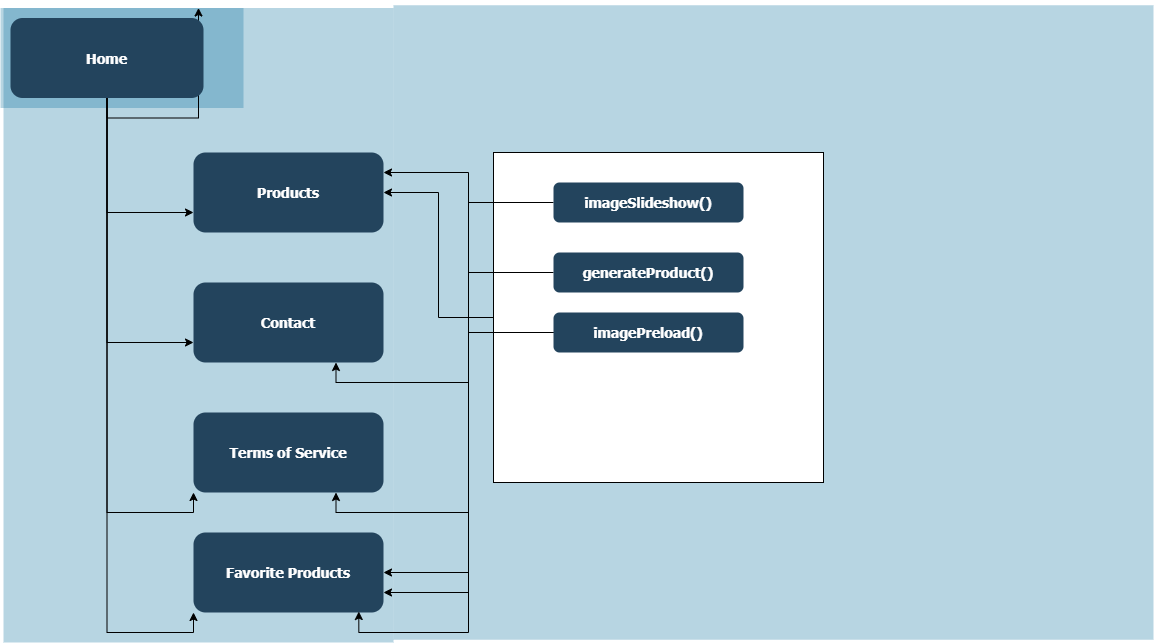
Above: images/siteMap.png in tdninja1/itis3135 (draw.io), before the change. Source tidied: cells renumbered, new cells last; positions are measured from the earlier drawing's top-left corner, leaving out a move shared by most shapes. Its diagram source:
```xml
<mxGraphModel>
  <root>
    <mxCell id="0" />
    <mxCell id="1" parent="0" />
    <mxCell id="2" style="fillColor=#10739E;strokeColor=none;opacity=30;" parent="1" vertex="1">
      <mxGeometry y="2.5" width="243" height="100" as="geometry" />
    </mxCell>
    <mxCell id="3" style="fillColor=#10739E;strokeColor=none;opacity=30;" parent="1" vertex="1">
      <mxGeometry x="3" y="2.5" width="390" height="634.5" as="geometry" />
    </mxCell>
    <mxCell id="4" value="Terms of Service" style="rounded=1;fillColor=#23445D;gradientColor=none;strokeColor=none;fontColor=#FFFFFF;fontStyle=1;fontFamily=Tahoma;fontSize=14;" parent="1" vertex="1">
      <mxGeometry x="193" y="407" width="190" height="80" as="geometry" />
    </mxCell>
    <mxCell id="5" value="Contact" style="rounded=1;fillColor=#23445D;gradientColor=none;strokeColor=none;fontColor=#FFFFFF;fontStyle=1;fontFamily=Tahoma;fontSize=14;" parent="1" vertex="1">
      <mxGeometry x="193" y="277" width="190" height="80" as="geometry" />
    </mxCell>
    <mxCell id="6" value="Products" style="rounded=1;fillColor=#23445D;gradientColor=none;strokeColor=none;fontColor=#FFFFFF;fontStyle=1;fontFamily=Tahoma;fontSize=14;" parent="1" vertex="1">
      <mxGeometry x="193" y="147" width="190" height="80" as="geometry" />
    </mxCell>
    <mxCell id="7" style="edgeStyle=orthogonalEdgeStyle;rounded=0;jettySize=auto;html=1;entryX=0;entryY=1;entryDx=0;entryDy=0;" parent="1" edge="1" source="12" target="13">
      <mxGeometry relative="1" as="geometry" />
    </mxCell>
    <mxCell id="8" style="edgeStyle=orthogonalEdgeStyle;rounded=0;jettySize=auto;html=1;" parent="1" edge="1" source="12" target="3">
      <mxGeometry relative="1" as="geometry" />
    </mxCell>
    <mxCell id="9" style="edgeStyle=orthogonalEdgeStyle;rounded=0;jettySize=auto;html=1;entryX=0;entryY=1;entryDx=0;entryDy=0;" parent="1" edge="1" source="12" target="4">
      <mxGeometry relative="1" as="geometry" />
    </mxCell>
    <mxCell id="10" style="edgeStyle=orthogonalEdgeStyle;rounded=0;jettySize=auto;html=1;entryX=0;entryY=0.75;entryDx=0;entryDy=0;" parent="1" edge="1" source="12" target="5">
      <mxGeometry relative="1" as="geometry" />
    </mxCell>
    <mxCell id="11" style="edgeStyle=orthogonalEdgeStyle;rounded=0;jettySize=auto;html=1;entryX=0;entryY=0.75;entryDx=0;entryDy=0;" parent="1" edge="1" source="12" target="6">
      <mxGeometry relative="1" as="geometry" />
    </mxCell>
    <mxCell id="12" value="Home" style="rounded=1;fillColor=#23445D;gradientColor=none;strokeColor=none;fontColor=#FFFFFF;fontStyle=1;fontFamily=Tahoma;fontSize=14;" parent="1" vertex="1">
      <mxGeometry x="10" y="12.5" width="193" height="80" as="geometry" />
    </mxCell>
    <mxCell id="13" value="Favorite Products" style="rounded=1;fillColor=#23445D;gradientColor=none;strokeColor=none;fontColor=#FFFFFF;fontStyle=1;fontFamily=Tahoma;fontSize=14;" parent="1" vertex="1">
      <mxGeometry x="193" y="527" width="190" height="80" as="geometry" />
    </mxCell>
    <mxCell id="14" style="fillColor=#10739E;strokeColor=none;opacity=30;" parent="1" vertex="1">
      <mxGeometry x="393" y="-0.2" width="760" height="634.5" as="geometry" />
    </mxCell>
    <mxCell id="15" style="edgeStyle=orthogonalEdgeStyle;rounded=0;jettySize=auto;html=1;" parent="1" edge="1" source="16" target="6">
      <mxGeometry relative="1" as="geometry" />
    </mxCell>
    <mxCell id="16" style="rounded=0;whiteSpace=wrap;html=1;" parent="1" vertex="1">
      <mxGeometry x="493" y="147" width="330" height="330" as="geometry" />
    </mxCell>
    <mxCell id="17" style="edgeStyle=orthogonalEdgeStyle;rounded=0;jettySize=auto;html=1;entryX=1;entryY=0.5;entryDx=0;entryDy=0;" parent="1" edge="1" source="18" target="13">
      <mxGeometry relative="1" as="geometry" />
    </mxCell>
    <mxCell id="18" value="imageSlideshow()" style="rounded=1;fillColor=#23445D;gradientColor=none;strokeColor=none;fontColor=#FFFFFF;fontStyle=1;fontFamily=Tahoma;fontSize=14;" parent="1" vertex="1">
      <mxGeometry x="553" y="177" width="190" height="40" as="geometry" />
    </mxCell>
    <mxCell id="19" style="edgeStyle=orthogonalEdgeStyle;rounded=0;jettySize=auto;html=1;entryX=1;entryY=0.75;entryDx=0;entryDy=0;" parent="1" edge="1" source="20" target="13">
      <mxGeometry relative="1" as="geometry" />
    </mxCell>
    <mxCell id="20" value="generateProduct()" style="rounded=1;fillColor=#23445D;gradientColor=none;strokeColor=none;fontColor=#FFFFFF;fontStyle=1;fontFamily=Tahoma;fontSize=14;" parent="1" vertex="1">
      <mxGeometry x="553" y="247" width="190" height="40" as="geometry" />
    </mxCell>
    <mxCell id="21" style="edgeStyle=orthogonalEdgeStyle;rounded=0;jettySize=auto;html=1;entryX=0.87;entryY=0.988;entryDx=0;entryDy=0;entryPerimeter=0;" parent="1" edge="1" source="25" target="13">
      <mxGeometry relative="1" as="geometry" />
    </mxCell>
    <mxCell id="22" style="edgeStyle=orthogonalEdgeStyle;rounded=0;jettySize=auto;html=1;entryX=0.75;entryY=1;entryDx=0;entryDy=0;" parent="1" edge="1" source="25" target="4">
      <mxGeometry relative="1" as="geometry" />
    </mxCell>
    <mxCell id="23" style="edgeStyle=orthogonalEdgeStyle;rounded=0;jettySize=auto;html=1;entryX=0.75;entryY=1;entryDx=0;entryDy=0;" parent="1" edge="1" source="25" target="5">
      <mxGeometry relative="1" as="geometry" />
    </mxCell>
    <mxCell id="24" style="edgeStyle=orthogonalEdgeStyle;rounded=0;jettySize=auto;html=1;entryX=1;entryY=0.25;entryDx=0;entryDy=0;" parent="1" edge="1" source="25" target="6">
      <mxGeometry relative="1" as="geometry" />
    </mxCell>
    <mxCell id="25" value="imagePreload()" style="rounded=1;fillColor=#23445D;gradientColor=none;strokeColor=none;fontColor=#FFFFFF;fontStyle=1;fontFamily=Tahoma;fontSize=14;" parent="1" vertex="1">
      <mxGeometry x="553" y="307" width="190" height="40" as="geometry" />
    </mxCell>
  </root>
</mxGraphModel>
```
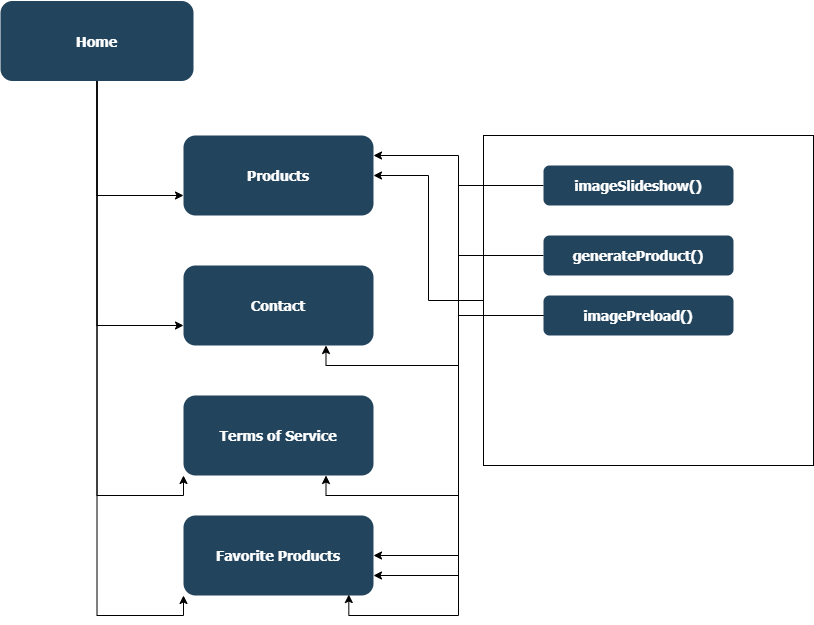
Later version of the same file.

The edit, as a diff of the source:
```diff
@@ -2,12 +2,6 @@
   <root>
     <mxCell id="0" />
     <mxCell id="1" parent="0" />
-    <mxCell id="2" style="fillColor=#10739E;strokeColor=none;opacity=30;" parent="1" vertex="1">
-      <mxGeometry y="2.5" width="243" height="100" as="geometry" />
-    </mxCell>
-    <mxCell id="3" style="fillColor=#10739E;strokeColor=none;opacity=30;" parent="1" vertex="1">
-      <mxGeometry x="3" y="2.5" width="390" height="634.5" as="geometry" />
-    </mxCell>
     <mxCell id="4" value="Terms of Service" style="rounded=1;fillColor=#23445D;gradientColor=none;strokeColor=none;fontColor=#FFFFFF;fontStyle=1;fontFamily=Tahoma;fontSize=14;" parent="1" vertex="1">
       <mxGeometry x="193" y="407" width="190" height="80" as="geometry" />
     </mxCell>
@@ -20,9 +14,6 @@
     <mxCell id="7" style="edgeStyle=orthogonalEdgeStyle;rounded=0;jettySize=auto;html=1;entryX=0;entryY=1;entryDx=0;entryDy=0;" parent="1" edge="1" source="12" target="13">
       <mxGeometry relative="1" as="geometry" />
     </mxCell>
-    <mxCell id="8" style="edgeStyle=orthogonalEdgeStyle;rounded=0;jettySize=auto;html=1;" parent="1" edge="1" source="12" target="3">
-      <mxGeometry relative="1" as="geometry" />
-    </mxCell>
     <mxCell id="9" style="edgeStyle=orthogonalEdgeStyle;rounded=0;jettySize=auto;html=1;entryX=0;entryY=1;entryDx=0;entryDy=0;" parent="1" edge="1" source="12" target="4">
       <mxGeometry relative="1" as="geometry" />
     </mxCell>
@@ -38,9 +29,6 @@
     <mxCell id="13" value="Favorite Products" style="rounded=1;fillColor=#23445D;gradientColor=none;strokeColor=none;fontColor=#FFFFFF;fontStyle=1;fontFamily=Tahoma;fontSize=14;" parent="1" vertex="1">
       <mxGeometry x="193" y="527" width="190" height="80" as="geometry" />
     </mxCell>
-    <mxCell id="14" style="fillColor=#10739E;strokeColor=none;opacity=30;" parent="1" vertex="1">
-      <mxGeometry x="393" y="-0.2" width="760" height="634.5" as="geometry" />
-    </mxCell>
     <mxCell id="15" style="edgeStyle=orthogonalEdgeStyle;rounded=0;jettySize=auto;html=1;" parent="1" edge="1" source="16" target="6">
       <mxGeometry relative="1" as="geometry" />
     </mxCell>
```
